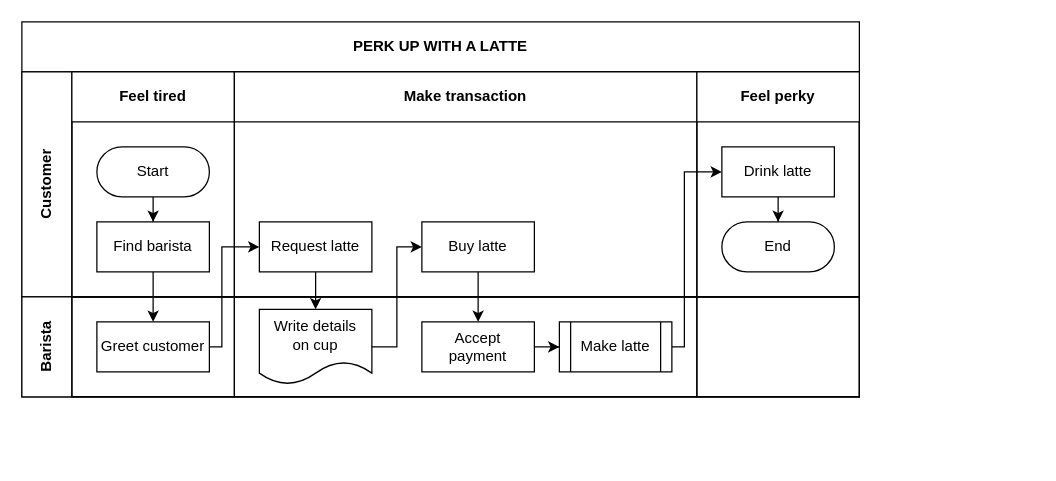
The draw.io diagram VERI.drawio in CarlosAGarcia/Next, before the edit. Source tidied: cells renumbered, new cells numbered last; positions are measured from the earlier drawing's top-left corner, leaving out a move shared by most shapes. Both pictures are drawn from the tidied source at 125%, with x=0, y=0 at pixel (21, 21).
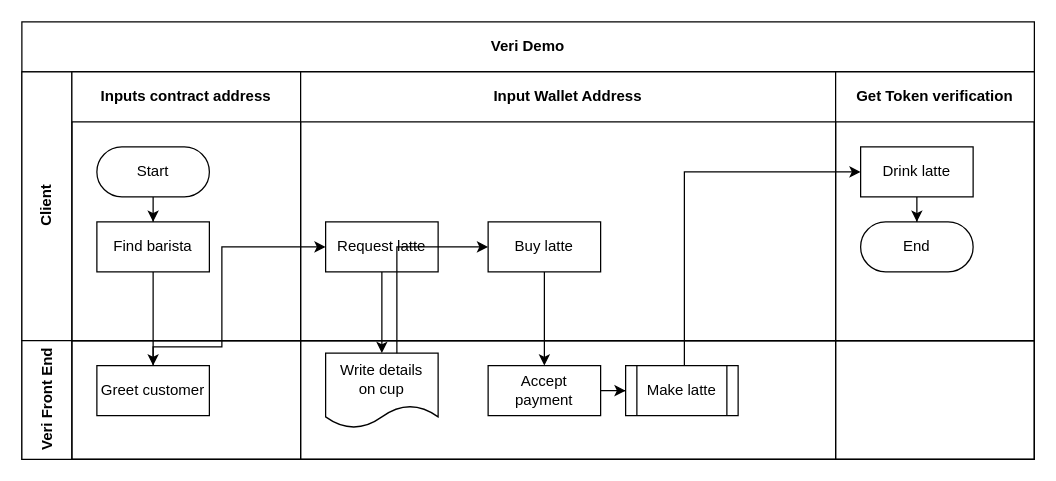
Above is the later version.

The edit, as a diff of the source:
```diff
@@
-    <mxCell id="2" value="PERK UP WITH A LATTE" style="shape=table;childLayout=tableLayout;rowLines=0;columnLines=0;startSize=40;html=1;whiteSpace=wrap;fontStyle=1;" parent="1" vertex="1">
-      <mxGeometry width="670" height="300" as="geometry" />
+    <mxCell id="2" value="Veri Demo" style="shape=table;childLayout=tableLayout;rowLines=0;columnLines=0;startSize=40;html=1;whiteSpace=wrap;fontStyle=1;" parent="1" vertex="1">
+      <mxGeometry width="810" height="350" as="geometry" />
     </mxCell>
@@
-    <mxCell id="4" value="Customer" style="swimlane;horizontal=0;startSize=40;html=1;whiteSpace=wrap;" parent="2" vertex="1">
-      <mxGeometry y="40" width="670" height="180" as="geometry" />
+    <mxCell id="4" value="Client&lt;br&gt;" style="swimlane;horizontal=0;startSize=40;html=1;whiteSpace=wrap;" parent="2" vertex="1">
+      <mxGeometry y="40" width="810" height="215" as="geometry" />
     </mxCell>
-    <mxCell id="5" value="Feel tired" style="swimlane;startSize=40;html=1;whiteSpace=wrap;" parent="4" vertex="1">
-      <mxGeometry x="40" width="130" height="180" as="geometry" />
+    <mxCell id="5" value="Inputs contract address" style="swimlane;startSize=40;html=1;whiteSpace=wrap;" parent="4" vertex="1">
+      <mxGeometry x="40" width="183" height="215" as="geometry" />
     </mxCell>
@@
-    <mxCell id="9" value="Make transaction" style="swimlane;startSize=40;html=1;whiteSpace=wrap;" parent="4" vertex="1">
-      <mxGeometry x="170" width="370" height="180" as="geometry" />
+    <mxCell id="9" value="Input Wallet Address" style="swimlane;startSize=40;html=1;whiteSpace=wrap;" parent="4" vertex="1">
+      <mxGeometry x="223" width="428" height="215" as="geometry" />
     </mxCell>
@@
-    <mxCell id="12" value="Feel perky" style="swimlane;startSize=40;html=1;whiteSpace=wrap;" parent="4" vertex="1">
-      <mxGeometry x="540" width="130" height="180" as="geometry" />
+    <mxCell id="12" value="Get Token verification" style="swimlane;startSize=40;html=1;whiteSpace=wrap;" parent="4" vertex="1">
+      <mxGeometry x="651" width="159" height="215" as="geometry" />
     </mxCell>
@@
-    <mxCell id="16" value="Barista" style="swimlane;horizontal=0;startSize=40;html=1;whiteSpace=wrap;" parent="2" vertex="1">
-      <mxGeometry y="220" width="670" height="80" as="geometry" />
+    <mxCell id="16" value="Veri Front End&lt;br&gt;" style="swimlane;horizontal=0;startSize=40;html=1;whiteSpace=wrap;" parent="2" vertex="1">
+      <mxGeometry y="255" width="810" height="95" as="geometry" />
     </mxCell>
     <mxCell id="17" style="swimlane;startSize=0;html=1;whiteSpace=wrap;" parent="16" vertex="1">
-      <mxGeometry x="40" width="130" height="80" as="geometry" />
+      <mxGeometry x="40" width="183" height="95" as="geometry" />
     </mxCell>
@@
     <mxCell id="19" style="swimlane;startSize=0;html=1;whiteSpace=wrap;" parent="16" vertex="1">
-      <mxGeometry x="170" width="370" height="80" as="geometry" />
+      <mxGeometry x="223" width="428" height="95" as="geometry" />
     </mxCell>
@@
     <mxCell id="24" style="swimlane;startSize=0;html=1;whiteSpace=wrap;" parent="16" vertex="1">
-      <mxGeometry x="540" width="130" height="80" as="geometry" />
+      <mxGeometry x="651" width="159" height="95" as="geometry" />
     </mxCell>
```
